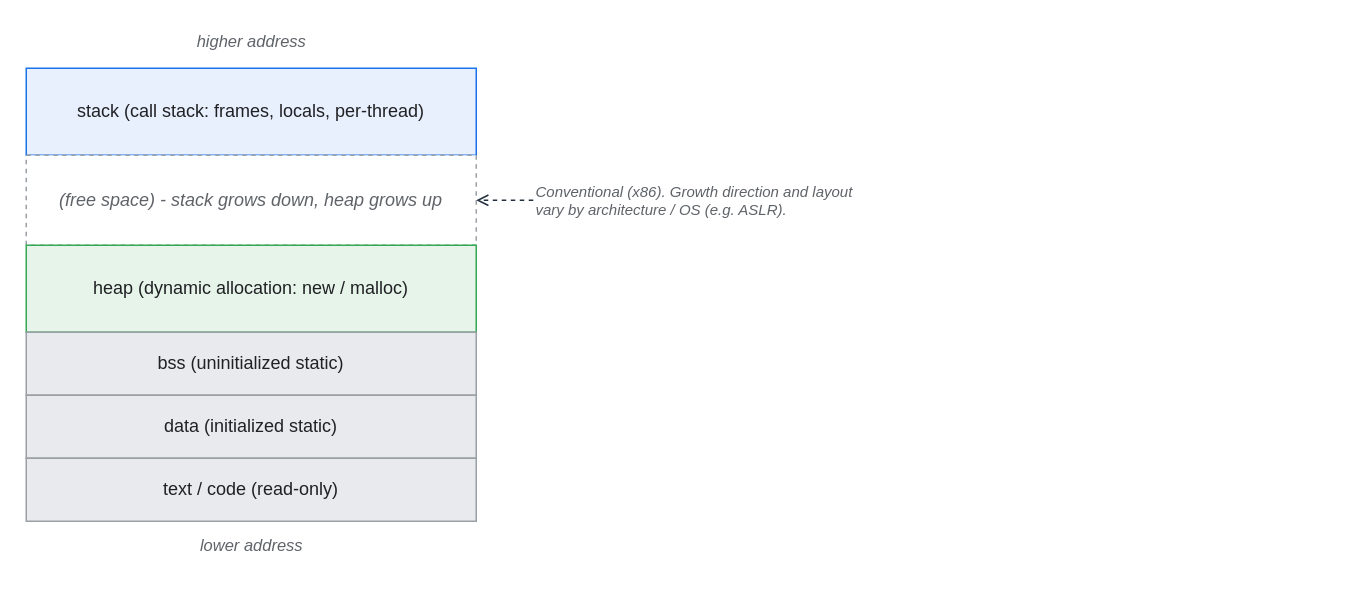
Above: assets/img/jvm/jvm-01-process-memory-layout.drawio in KKamJi98/kkamji98.github.io (draw.io), before the change. Source tidied: cells renumbered, new cells numbered last; positions are measured from the earlier drawing's top-left corner, leaving out a move shared by most shapes. Both pictures are drawn from the tidied source at 150%, with x=0, y=0 at pixel (26, 26).
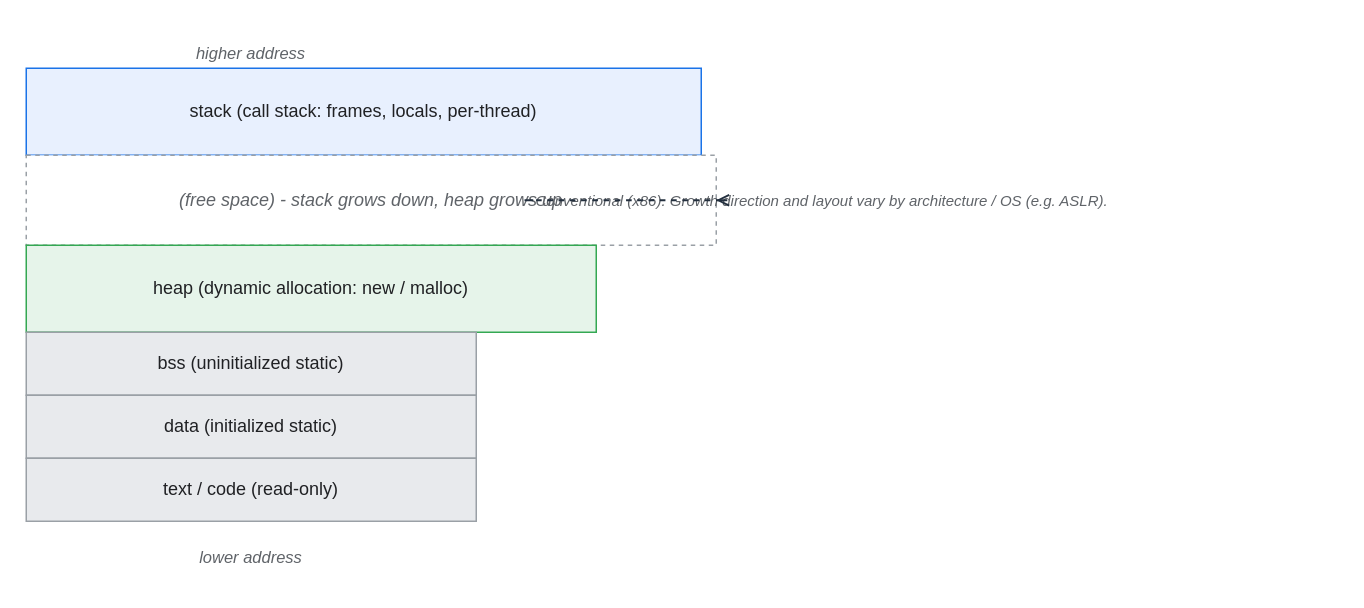
After the change.

Change to the diagram source:
```diff
@@
 <mxGraphModel background="#FFFFFF">
   <root>
     <mxCell id="0" />
     <mxCell id="1" parent="0" />
-    <mxCell id="2" value="higher address" style="text;html=1;align=center;verticalAlign=middle;fontSize=11;fontColor=#5F6368;fontStyle=2;" parent="1" vertex="1">
-      <mxGeometry width="300" height="20" as="geometry" />
+    <mxCell id="2" value="higher address" style="text;html=0;align=center;verticalAlign=middle;fontSize=11;fontColor=#5F6368;fontStyle=2;" parent="1" vertex="1">
+      <mxGeometry width="300" height="35" as="geometry" />
     </mxCell>
-    <mxCell id="3" value="stack  (call stack: frames, locals, per-thread)" style="rounded=0;whiteSpace=wrap;html=1;shadow=0;fillColor=#E8F0FE;strokeColor=#1A73E8;fontColor=#202124;" parent="1" vertex="1">
-      <mxGeometry y="28" width="300" height="58" as="geometry" />
+    <mxCell id="3" value="stack  (call stack: frames, locals, per-thread)" style="rounded=0;whiteSpace=wrap;html=0;shadow=0;fillColor=#E8F0FE;strokeColor=#1A73E8;fontColor=#202124;" parent="1" vertex="1">
+      <mxGeometry y="28" width="450" height="58" as="geometry" />
     </mxCell>
-    <mxCell id="4" value="(free space)  -  stack grows down, heap grows up" style="rounded=0;whiteSpace=wrap;html=1;shadow=0;fillColor=#FFFFFF;strokeColor=#9AA0A6;fontColor=#5F6368;fontStyle=2;dashed=1;" parent="1" vertex="1">
-      <mxGeometry y="86" width="300" height="60" as="geometry" />
+    <mxCell id="4" value="(free space)  -  stack grows down, heap grows up" style="rounded=0;whiteSpace=wrap;html=0;shadow=0;fillColor=#FFFFFF;strokeColor=#9AA0A6;fontColor=#5F6368;fontStyle=2;dashed=1;" parent="1" vertex="1">
+      <mxGeometry y="86" width="460" height="60" as="geometry" />
     </mxCell>
-    <mxCell id="5" value="heap  (dynamic allocation: new / malloc)" style="rounded=0;whiteSpace=wrap;html=1;shadow=0;fillColor=#E6F4EA;strokeColor=#34A853;fontColor=#202124;" parent="1" vertex="1">
-      <mxGeometry y="146" width="300" height="58" as="geometry" />
+    <mxCell id="5" value="heap  (dynamic allocation: new / malloc)" style="rounded=0;whiteSpace=wrap;html=0;shadow=0;fillColor=#E6F4EA;strokeColor=#34A853;fontColor=#202124;" parent="1" vertex="1">
+      <mxGeometry y="146" width="380" height="58" as="geometry" />
     </mxCell>
-    <mxCell id="6" value="bss  (uninitialized static)" style="rounded=0;whiteSpace=wrap;html=1;shadow=0;fillColor=#E8EAED;strokeColor=#9AA0A6;fontColor=#202124;" parent="1" vertex="1">
+    <mxCell id="6" value="bss  (uninitialized static)" style="rounded=0;whiteSpace=wrap;html=0;shadow=0;fillColor=#E8EAED;strokeColor=#9AA0A6;fontColor=#202124;" parent="1" vertex="1">
       <mxGeometry y="204" width="300" height="42" as="geometry" />
     </mxCell>
-    <mxCell id="7" value="data  (initialized static)" style="rounded=0;whiteSpace=wrap;html=1;shadow=0;fillColor=#E8EAED;strokeColor=#9AA0A6;fontColor=#202124;" parent="1" vertex="1">
+    <mxCell id="7" value="data  (initialized static)" style="rounded=0;whiteSpace=wrap;html=0;shadow=0;fillColor=#E8EAED;strokeColor=#9AA0A6;fontColor=#202124;" parent="1" vertex="1">
       <mxGeometry y="246" width="300" height="42" as="geometry" />
     </mxCell>
-    <mxCell id="8" value="text / code  (read-only)" style="rounded=0;whiteSpace=wrap;html=1;shadow=0;fillColor=#E8EAED;strokeColor=#9AA0A6;fontColor=#202124;" parent="1" vertex="1">
+    <mxCell id="8" value="text / code  (read-only)" style="rounded=0;whiteSpace=wrap;html=0;shadow=0;fillColor=#E8EAED;strokeColor=#9AA0A6;fontColor=#202124;" parent="1" vertex="1">
       <mxGeometry y="288" width="300" height="42" as="geometry" />
     </mxCell>
-    <mxCell id="9" value="lower address" style="text;html=1;align=center;verticalAlign=middle;fontSize=11;fontColor=#5F6368;fontStyle=2;" parent="1" vertex="1">
-      <mxGeometry y="336" width="300" height="20" as="geometry" />
+    <mxCell id="9" value="lower address" style="text;html=0;align=center;verticalAlign=middle;fontSize=11;fontColor=#5F6368;fontStyle=2;" parent="1" vertex="1">
+      <mxGeometry y="336" width="300" height="35" as="geometry" />
     </mxCell>
-    <mxCell id="10" value="Conventional (x86). Growth direction and layout vary by architecture / OS (e.g. ASLR)." style="text;html=1;align=left;verticalAlign=middle;whiteSpace=wrap;fontSize=10;fontColor=#5F6368;fontStyle=2;" parent="1" vertex="1">
-      <mxGeometry x="338" y="82" width="232" height="68" as="geometry" />
+    <mxCell id="10" value="Conventional (x86). Growth direction and layout vary by architecture / OS (e.g. ASLR)." style="text;html=0;align=left;verticalAlign=middle;whiteSpace=wrap;fontSize=10;fontColor=#5F6368;fontStyle=2;" parent="1" vertex="1">
+      <mxGeometry x="338" y="82" width="536" height="68" as="geometry" />
     </mxCell>
-    <mxCell id="11" style="edgeStyle=orthogonalEdgeStyle;rounded=1;html=1;dashed=1;strokeColor=#232F3E;fontColor=#232F3E;labelBackgroundColor=none;endArrow=open;endSize=6;exitX=0;exitY=0.5;exitDx=0;exitDy=0;entryX=1;entryY=0.5;entryDx=0;entryDy=0;" parent="1" edge="1" source="10" target="4">
+    <mxCell id="11" style="edgeStyle=orthogonalEdgeStyle;rounded=1;html=0;dashed=1;strokeColor=#232F3E;fontColor=#232F3E;labelBackgroundColor=none;endArrow=open;endSize=6;exitX=0;exitY=0.5;exitDx=0;exitDy=0;entryX=1;entryY=0.5;entryDx=0;entryDy=0;strokeWidth=1.25;" parent="1" edge="1" source="10" target="4">
       <mxGeometry relative="1" as="geometry" />
     </mxCell>
   </root>
 </mxGraphModel>
```
